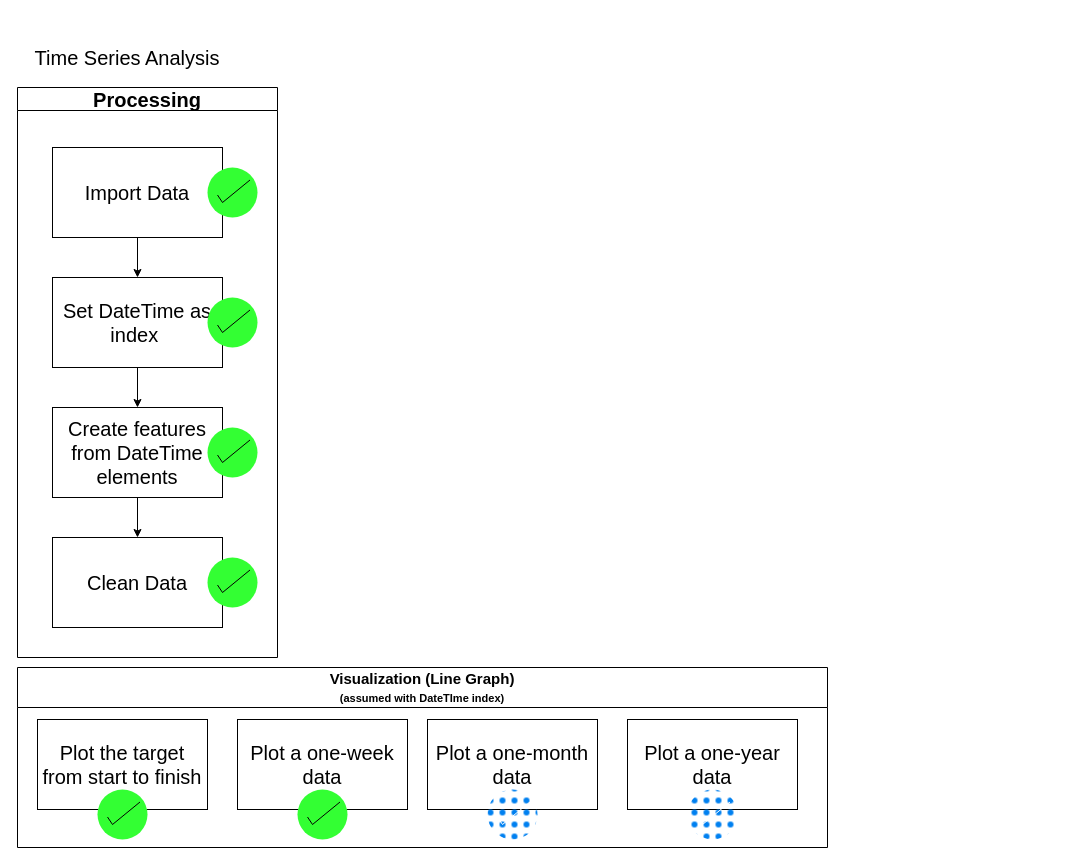
The draw.io diagram Steel Industry/Prog Diagram.drawio in wyx-smrf/Windows-Misc, before the edit. Source tidied: cells renumbered, new cells numbered last; positions are measured from the earlier drawing's top-left corner, leaving out a move shared by most shapes. Both pictures are drawn from the tidied source at 100%, with x=0, y=0 at pixel (17, 27).
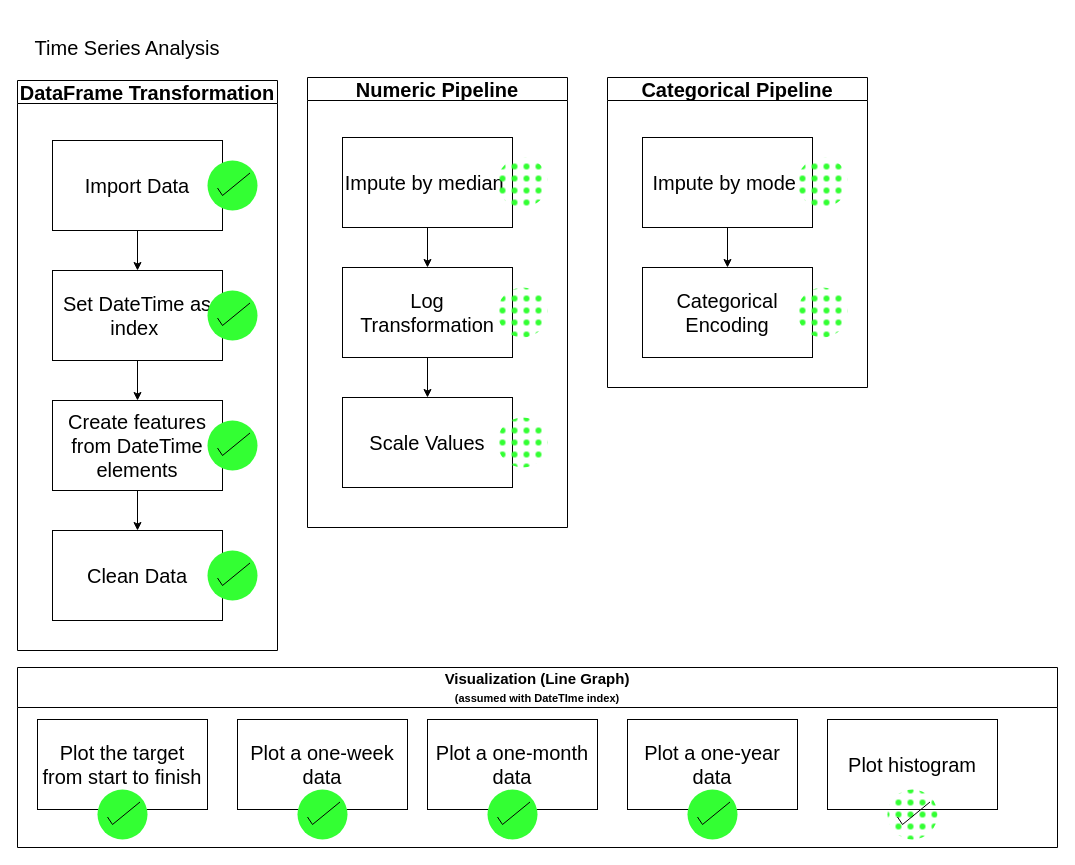
The same diagram, later.

Diff of the diagram source:
```diff
@@
     <mxCell id="2" value="Time Series Analysis" style="text;html=1;strokeColor=none;fillColor=none;align=center;verticalAlign=middle;whiteSpace=wrap;rounded=0;fontSize=20;" parent="1" vertex="1">
-      <mxGeometry width="220" height="60" as="geometry" />
+      <mxGeometry y="-10" width="220" height="60" as="geometry" />
     </mxCell>
-    <mxCell id="3" value="Processing" style="swimlane;whiteSpace=wrap;html=1;fontSize=20;" parent="1" vertex="1">
-      <mxGeometry y="60" width="260" height="570" as="geometry" />
+    <mxCell id="3" value="DataFrame Transformation" style="swimlane;whiteSpace=wrap;html=1;fontSize=20;" parent="1" vertex="1">
+      <mxGeometry y="53" width="260" height="570" as="geometry" />
     </mxCell>
@@
     <mxCell id="15" value="Visualization (Line Graph)&lt;br&gt;&lt;font style=&quot;font-size: 11px;&quot;&gt;(assumed with DateTIme index)&lt;/font&gt;" style="swimlane;whiteSpace=wrap;html=1;fillStyle=dots;fontSize=15;startSize=40;" parent="1" vertex="1">
-      <mxGeometry y="640" width="810" height="180" as="geometry" />
+      <mxGeometry y="640" width="1040" height="180" as="geometry" />
     </mxCell>
@@
-    <mxCell id="20" style="html=1;verticalLabelPosition=bottom;labelBackgroundColor=#ffffff;verticalAlign=top;shadow=0;dashed=0;strokeWidth=2;shape=mxgraph.ios7.misc.select;fillColor=#0080f0;strokeColor=#ffffff;sketch=0;fontSize=20;fillStyle=dots;" parent="15" vertex="1">
+    <mxCell id="20" style="html=1;verticalLabelPosition=bottom;labelBackgroundColor=#ffffff;verticalAlign=top;shadow=0;dashed=0;strokeWidth=2;shape=mxgraph.ios7.misc.select;fillColor=#33FF33;strokeColor=#000000;sketch=0;fontSize=20;fillStyle=auto;" parent="15" vertex="1">
       <mxGeometry x="470" y="122" width="50" height="50" as="geometry" />
     </mxCell>
@@
-    <mxCell id="22" style="html=1;verticalLabelPosition=bottom;labelBackgroundColor=#ffffff;verticalAlign=top;shadow=0;dashed=0;strokeWidth=2;shape=mxgraph.ios7.misc.select;fillColor=#0080f0;strokeColor=#ffffff;sketch=0;fontSize=20;fillStyle=dots;" parent="15" vertex="1">
+    <mxCell id="22" style="html=1;verticalLabelPosition=bottom;labelBackgroundColor=#ffffff;verticalAlign=top;shadow=0;dashed=0;strokeWidth=2;shape=mxgraph.ios7.misc.select;fillColor=#33FF33;strokeColor=#000000;sketch=0;fontSize=20;fillStyle=auto;" parent="15" vertex="1">
       <mxGeometry x="670" y="122" width="50" height="50" as="geometry" />
     </mxCell>
@@
+    <mxCell id="24" value="&lt;span style=&quot;font-size: 20px;&quot;&gt;Plot histogram&lt;/span&gt;" style="rounded=0;whiteSpace=wrap;html=1;" parent="15" vertex="1">
+      <mxGeometry x="810" y="52" width="170" height="90" as="geometry" />
+    </mxCell>
+    <mxCell id="25" style="html=1;verticalLabelPosition=bottom;labelBackgroundColor=#ffffff;verticalAlign=top;shadow=0;dashed=0;strokeWidth=2;shape=mxgraph.ios7.misc.select;fillColor=#33FF33;strokeColor=#000000;sketch=0;fontSize=20;fillStyle=dots;" parent="15" vertex="1">
+      <mxGeometry x="870" y="122" width="50" height="50" as="geometry" />
+    </mxCell>
+    <mxCell id="26" value="Numeric Pipeline" style="swimlane;whiteSpace=wrap;html=1;fontSize=20;" parent="1" vertex="1">
+      <mxGeometry x="290" y="50" width="260" height="450" as="geometry" />
+    </mxCell>
+    <mxCell id="27" value="&lt;font style=&quot;font-size: 20px;&quot;&gt;Impute by median&amp;nbsp;&lt;/font&gt;" style="rounded=0;whiteSpace=wrap;html=1;" parent="26" vertex="1">
+      <mxGeometry x="35" y="60" width="170" height="90" as="geometry" />
+    </mxCell>
+    <mxCell id="28" style="edgeStyle=orthogonalEdgeStyle;rounded=0;jettySize=auto;html=1;fontSize=20;" parent="26" edge="1" source="29" target="31">
+      <mxGeometry relative="1" as="geometry" />
+    </mxCell>
+    <mxCell id="29" value="&lt;span style=&quot;font-size: 20px;&quot;&gt;Log Transformation&lt;/span&gt;" style="rounded=0;whiteSpace=wrap;html=1;" parent="26" vertex="1">
+      <mxGeometry x="35" y="190" width="170" height="90" as="geometry" />
+    </mxCell>
+    <mxCell id="30" style="edgeStyle=orthogonalEdgeStyle;rounded=0;jettySize=auto;html=1;fontSize=20;" parent="26" edge="1" source="27" target="29">
+      <mxGeometry relative="1" as="geometry" />
+    </mxCell>
+    <mxCell id="31" value="&lt;span style=&quot;font-size: 20px;&quot;&gt;Scale Values&lt;/span&gt;" style="rounded=0;whiteSpace=wrap;html=1;" parent="26" vertex="1">
+      <mxGeometry x="35" y="320" width="170" height="90" as="geometry" />
+    </mxCell>
+    <mxCell id="32" style="html=1;verticalLabelPosition=bottom;labelBackgroundColor=#ffffff;verticalAlign=top;shadow=0;dashed=0;strokeWidth=2;shape=mxgraph.ios7.misc.select;fillColor=#33FF33;strokeColor=none;sketch=0;fontSize=20;fillStyle=dots;perimeterSpacing=0;" parent="26" vertex="1">
+      <mxGeometry x="190" y="80" width="50" height="50" as="geometry" />
+    </mxCell>
+    <mxCell id="33" style="html=1;verticalLabelPosition=bottom;labelBackgroundColor=#ffffff;verticalAlign=top;shadow=0;dashed=0;strokeWidth=2;shape=mxgraph.ios7.misc.select;fillColor=#33FF33;strokeColor=none;sketch=0;fontSize=20;fillStyle=dots;" parent="26" vertex="1">
+      <mxGeometry x="190" y="210" width="50" height="50" as="geometry" />
+    </mxCell>
+    <mxCell id="34" style="html=1;verticalLabelPosition=bottom;labelBackgroundColor=#ffffff;verticalAlign=top;shadow=0;dashed=0;strokeWidth=2;shape=mxgraph.ios7.misc.select;fillColor=#33FF33;strokeColor=none;sketch=0;fontSize=20;fillStyle=dots;" parent="26" vertex="1">
+      <mxGeometry x="190" y="340" width="50" height="50" as="geometry" />
+    </mxCell>
+    <mxCell id="35" value="Categorical Pipeline" style="swimlane;whiteSpace=wrap;html=1;fontSize=20;" parent="1" vertex="1">
+      <mxGeometry x="590" y="50" width="260" height="310" as="geometry" />
+    </mxCell>
+    <mxCell id="36" value="&lt;font style=&quot;font-size: 20px;&quot;&gt;Impute by mode&amp;nbsp;&lt;/font&gt;" style="rounded=0;whiteSpace=wrap;html=1;" parent="35" vertex="1">
+      <mxGeometry x="35" y="60" width="170" height="90" as="geometry" />
+    </mxCell>
+    <mxCell id="37" value="&lt;span style=&quot;font-size: 20px;&quot;&gt;Categorical Encoding&lt;/span&gt;" style="rounded=0;whiteSpace=wrap;html=1;" parent="35" vertex="1">
+      <mxGeometry x="35" y="190" width="170" height="90" as="geometry" />
+    </mxCell>
+    <mxCell id="38" style="edgeStyle=orthogonalEdgeStyle;rounded=0;jettySize=auto;html=1;fontSize=20;" parent="35" edge="1" source="36" target="37">
+      <mxGeometry relative="1" as="geometry" />
+    </mxCell>
+    <mxCell id="39" style="html=1;verticalLabelPosition=bottom;labelBackgroundColor=#ffffff;verticalAlign=top;shadow=0;dashed=0;strokeWidth=2;shape=mxgraph.ios7.misc.select;fillColor=#33FF33;strokeColor=none;sketch=0;fontSize=20;fillStyle=dots;perimeterSpacing=0;" parent="35" vertex="1">
+      <mxGeometry x="190" y="80" width="50" height="50" as="geometry" />
+    </mxCell>
+    <mxCell id="40" style="html=1;verticalLabelPosition=bottom;labelBackgroundColor=#ffffff;verticalAlign=top;shadow=0;dashed=0;strokeWidth=2;shape=mxgraph.ios7.misc.select;fillColor=#33FF33;strokeColor=none;sketch=0;fontSize=20;fillStyle=dots;" parent="35" vertex="1">
+      <mxGeometry x="190" y="210" width="50" height="50" as="geometry" />
+    </mxCell>
```
